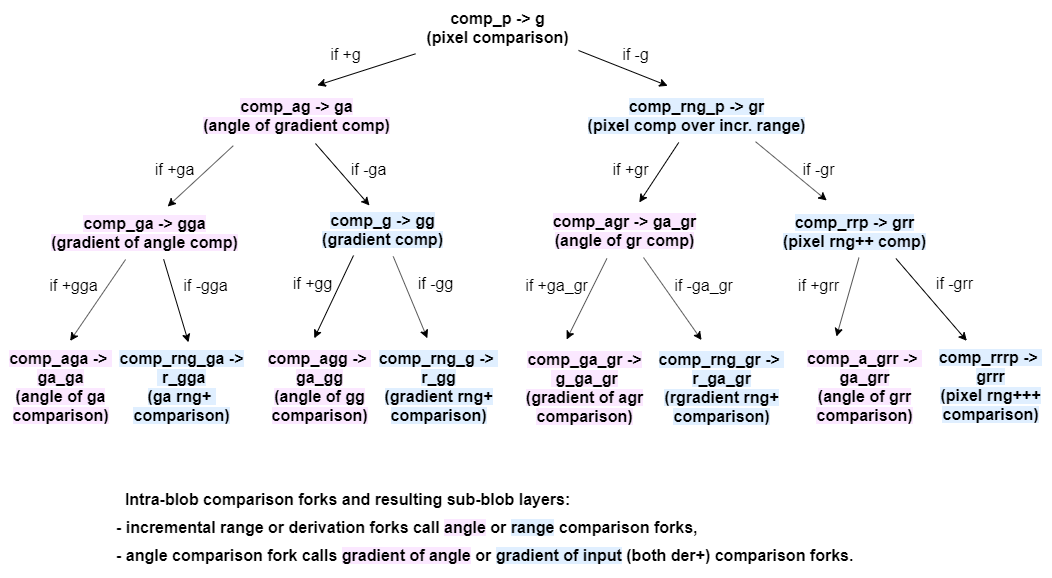
boris-kz/CogAlg keeps this draw.io diagram as frame_2D_alg/Illustrations/intra_blob_forking_scheme.png. Above is the earlier version. Source tidied: cells renumbered, new cells last; positions are measured from the earlier drawing's top-left corner, leaving out a move shared by most shapes.
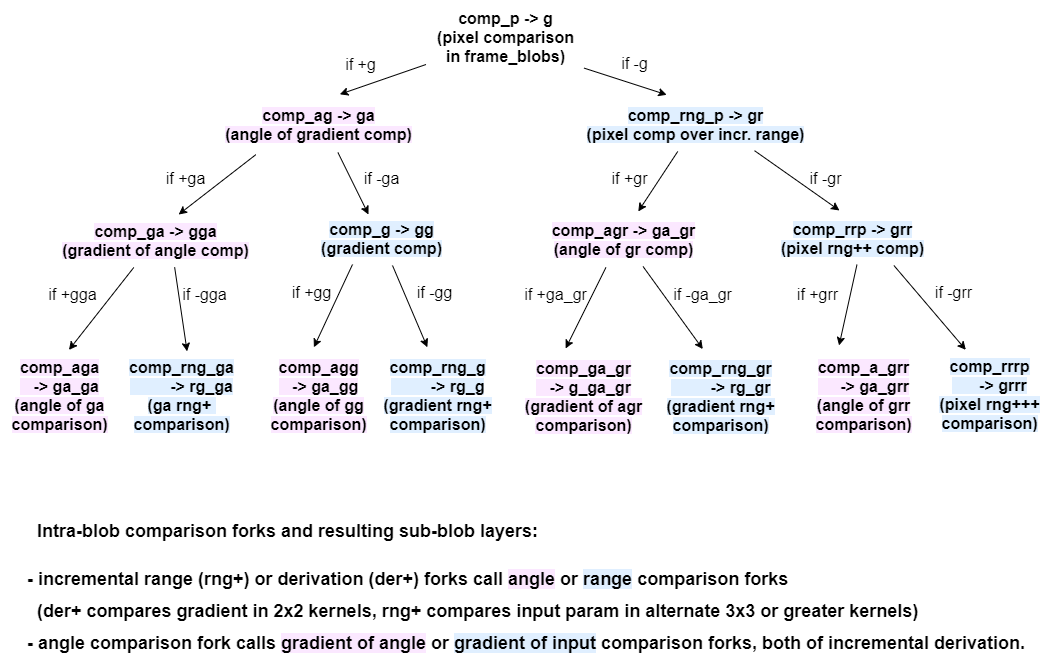
The same diagram one commit later.

Commit message:
minor fix in frame_blobs, edits in intra_blob_forking

The edit, as a diff of the source:
```diff
@@ -2,8 +2,8 @@
   <root>
     <mxCell id="0" />
     <mxCell id="1" parent="0" />
-    <mxCell id="2" value="&lt;font style=&quot;font-size: 16px;&quot;&gt;&lt;b style=&quot;font-size: 16px;&quot;&gt;comp_p -&amp;gt; g&lt;br style=&quot;font-size: 16px;&quot;&gt;(pixel comparison)&lt;br style=&quot;font-size: 16px;&quot;&gt;&lt;/b&gt;&lt;/font&gt;" style="text;html=1;align=center;verticalAlign=middle;points=[];strokeWidth=1;fontSize=16;fontColor=#000000;spacing=6;" parent="1" vertex="1">
-      <mxGeometry x="415" width="164" height="54" as="geometry" />
+    <mxCell id="2" value="&lt;font style=&quot;font-size: 16px&quot;&gt;&lt;b style=&quot;font-size: 16px&quot;&gt;comp_p -&amp;gt; g&lt;br style=&quot;font-size: 16px&quot;&gt;(pixel comparison&lt;br&gt;in frame_blobs)&lt;br style=&quot;font-size: 16px&quot;&gt;&lt;/b&gt;&lt;/font&gt;" style="text;html=1;align=center;verticalAlign=middle;points=[];strokeWidth=1;fontSize=16;fontColor=#000000;spacing=6;" parent="1" vertex="1">
+      <mxGeometry x="426.5" y="-9" width="159" height="73" as="geometry" />
     </mxCell>
     <mxCell id="3" style="endArrow=classic;html=1;entryX=0.602;entryY=-0.059;entryDx=0;entryDy=0;entryPerimeter=0;strokeWidth=1;fontSize=16;fontColor=#000000;spacing=6;" parent="1" edge="1" source="2" target="7">
       <mxGeometry relative="1" as="geometry" />
@@ -20,13 +20,13 @@
       <mxGeometry x="576" y="88" width="240" height="54" as="geometry" />
     </mxCell>
     <mxCell id="7" value="&lt;b style=&quot;font-size: 16px;&quot;&gt;&lt;font style=&quot;font-size: 16px;&quot;&gt;&lt;span style=&quot;background-color: rgb(251, 232, 255); font-size: 16px;&quot;&gt;comp_ag -&amp;gt; ga&lt;br style=&quot;font-size: 16px;&quot;&gt;(angle of gradient comp)&lt;/span&gt;&lt;br style=&quot;font-size: 16px;&quot;&gt;&lt;/font&gt;&lt;/b&gt;" style="text;html=1;align=center;verticalAlign=middle;points=[];strokeWidth=1;fontSize=16;fontColor=#000000;spacing=6;" parent="1" vertex="1">
-      <mxGeometry x="191" y="88" width="209" height="54" as="geometry" />
+      <mxGeometry x="214.5" y="88" width="209" height="54" as="geometry" />
     </mxCell>
     <mxCell id="8" style="endArrow=classic;html=1;strokeWidth=1;fontSize=16;fontColor=#000000;spacing=6;entryX=0.613;entryY=0.019;entryDx=0;entryDy=0;entryPerimeter=0;exitX=0.2;exitY=1.059;exitDx=0;exitDy=0;exitPerimeter=0;" parent="1" edge="1" source="7" target="9">
       <mxGeometry relative="1" as="geometry" />
     </mxCell>
     <mxCell id="9" value="&lt;b style=&quot;font-size: 16px;&quot;&gt;&lt;font style=&quot;font-size: 16px;&quot;&gt;&lt;span style=&quot;background-color: rgb(251, 232, 255); font-size: 16px;&quot;&gt;comp_ga -&amp;gt; gga&lt;br style=&quot;font-size: 16px;&quot;&gt;(gradient of angle comp)&lt;/span&gt;&lt;br style=&quot;font-size: 16px;&quot;&gt;&lt;/font&gt;&lt;/b&gt;" style="text;html=1;align=center;verticalAlign=middle;points=[];strokeWidth=1;fontSize=16;fontColor=#000000;spacing=6;" parent="1" vertex="1">
-      <mxGeometry x="39" y="205" width="209" height="54" as="geometry" />
+      <mxGeometry x="51" y="204" width="209" height="54" as="geometry" />
     </mxCell>
     <mxCell id="10" style="endArrow=classic;html=1;strokeWidth=1;fontSize=16;fontColor=#000000;spacing=6;exitX=0.593;exitY=1.019;exitDx=0;exitDy=0;exitPerimeter=0;" parent="1" edge="1" source="7">
       <mxGeometry relative="1" as="geometry">
@@ -42,23 +42,23 @@
     <mxCell id="13" value="&lt;b style=&quot;font-size: 16px&quot;&gt;&lt;font style=&quot;font-size: 16px&quot;&gt;&lt;span style=&quot;background-color: rgb(251 , 232 , 255) ; font-size: 16px&quot;&gt;comp_agr -&amp;gt; ga_gr&lt;br style=&quot;font-size: 16px&quot;&gt;(angle of gr comp)&lt;/span&gt;&lt;br style=&quot;font-size: 16px&quot;&gt;&lt;/font&gt;&lt;/b&gt;" style="text;html=1;align=center;verticalAlign=middle;points=[];strokeWidth=1;fontSize=16;fontColor=#000000;spacing=6;" parent="1" vertex="1">
       <mxGeometry x="541" y="203" width="166" height="54" as="geometry" />
     </mxCell>
-    <mxCell id="14" style="endArrow=classic;html=1;strokeWidth=1;fontSize=16;fontColor=#000000;spacing=6;entryX=0.335;entryY=-0.074;entryDx=0;entryDy=0;entryPerimeter=0;exitX=0.746;exitY=0.985;exitDx=0;exitDy=0;exitPerimeter=0;" parent="1" edge="1" source="6" target="15">
+    <mxCell id="14" style="endArrow=classic;html=1;strokeWidth=1;fontSize=16;fontColor=#000000;spacing=6;entryX=0.424;entryY=-0.019;entryDx=0;entryDy=0;entryPerimeter=0;exitX=0.746;exitY=0.985;exitDx=0;exitDy=0;exitPerimeter=0;" parent="1" edge="1" source="6" target="15">
       <mxGeometry relative="1" as="geometry" />
     </mxCell>
     <mxCell id="15" value="&lt;font style=&quot;font-size: 16px&quot;&gt;&lt;b style=&quot;font-size: 16px&quot;&gt;&lt;span style=&quot;background-color: rgb(224 , 239 , 255) ; font-size: 16px&quot;&gt;comp_rrp -&amp;gt; grr&lt;br style=&quot;font-size: 16px&quot;&gt;(pixel rng++ comp)&lt;/span&gt;&lt;br style=&quot;font-size: 16px&quot;&gt;&lt;/b&gt;&lt;/font&gt;" style="text;html=1;align=center;verticalAlign=middle;points=[];strokeWidth=1;fontSize=16;fontColor=#000000;spacing=6;" parent="1" vertex="1">
-      <mxGeometry x="771" y="204" width="165" height="54" as="geometry" />
+      <mxGeometry x="770" y="202" width="165" height="54" as="geometry" />
     </mxCell>
     <mxCell id="16" style="endArrow=classic;html=1;strokeWidth=1;fontSize=16;fontColor=#000000;spacing=6;entryX=0.58;entryY=0.007;entryDx=0;entryDy=0;entryPerimeter=0;" parent="1" edge="1" source="9" target="17">
       <mxGeometry relative="1" as="geometry" />
     </mxCell>
-    <mxCell id="17" value="&lt;b style=&quot;font-size: 16px&quot;&gt;&lt;font style=&quot;font-size: 16px&quot;&gt;&lt;span style=&quot;background-color: rgb(251 , 232 , 255) ; font-size: 16px&quot;&gt;comp_aga -&amp;gt; &lt;br style=&quot;font-size: 16px&quot;&gt;ga_ga&lt;br style=&quot;font-size: 16px&quot;&gt;(angle of ga&lt;br&gt;comparison)&lt;/span&gt;&lt;br style=&quot;font-size: 16px&quot;&gt;&lt;/font&gt;&lt;/b&gt;" style="text;html=1;align=center;verticalAlign=middle;points=[];fontSize=16;fontColor=#000000;spacing=6;spacingTop=0;" parent="1" vertex="1">
-      <mxGeometry y="339.8" width="120" height="92" as="geometry" />
+    <mxCell id="17" value="&lt;b style=&quot;font-size: 16px&quot;&gt;&lt;font style=&quot;font-size: 16px&quot;&gt;&lt;span style=&quot;background-color: rgb(251 , 232 , 255) ; font-size: 16px&quot;&gt;comp_aga&lt;br&gt;&amp;nbsp; &amp;nbsp;-&amp;gt; ga_ga&lt;br style=&quot;font-size: 16px&quot;&gt;(angle of ga&lt;br&gt;comparison)&lt;/span&gt;&lt;br style=&quot;font-size: 16px&quot;&gt;&lt;/font&gt;&lt;/b&gt;" style="text;html=1;align=center;verticalAlign=middle;points=[];fontSize=16;fontColor=#000000;spacing=6;spacingTop=0;" parent="1" vertex="1">
+      <mxGeometry x="1" y="339.8" width="118" height="92" as="geometry" />
     </mxCell>
     <mxCell id="18" style="endArrow=classic;html=1;strokeWidth=1;fontSize=16;fontColor=#000000;entryX=0.548;entryY=0.022;entryDx=0;entryDy=0;entryPerimeter=0;spacing=6;exitX=0.594;exitY=0.996;exitDx=0;exitDy=0;exitPerimeter=0;" parent="1" edge="1" source="9" target="19">
       <mxGeometry relative="1" as="geometry" />
     </mxCell>
-    <mxCell id="19" value="&lt;b style=&quot;font-size: 16px&quot;&gt;&lt;font style=&quot;font-size: 16px&quot;&gt;&lt;span style=&quot;background-color: rgb(224 , 239 , 255) ; font-size: 16px&quot;&gt;comp_rng_ga -&amp;gt;&lt;br style=&quot;font-size: 16px&quot;&gt;&amp;nbsp;r_gga&lt;br style=&quot;font-size: 16px&quot;&gt;(ga rng+ &lt;br&gt;comparison)&lt;/span&gt;&lt;br style=&quot;font-size: 16px&quot;&gt;&lt;/font&gt;&lt;/b&gt;" style="text;html=1;align=center;verticalAlign=middle;points=[];strokeWidth=1;fontSize=16;fontColor=#000000;spacing=6;spacingTop=0;" parent="1" vertex="1">
-      <mxGeometry x="108" y="339.8" width="146" height="92" as="geometry" />
+    <mxCell id="19" value="&lt;b style=&quot;font-size: 16px&quot;&gt;&lt;font style=&quot;font-size: 16px&quot;&gt;&lt;span style=&quot;background-color: rgb(224 , 239 , 255) ; font-size: 16px&quot;&gt;comp_rng_ga&lt;br&gt;&amp;nbsp; &amp;nbsp; &amp;nbsp; &amp;nbsp; &amp;nbsp;-&amp;gt;&amp;nbsp;rg_ga&lt;br style=&quot;font-size: 16px&quot;&gt;(ga rng+ &lt;br&gt;comparison)&lt;/span&gt;&lt;br style=&quot;font-size: 16px&quot;&gt;&lt;/font&gt;&lt;/b&gt;" style="text;html=1;align=center;verticalAlign=middle;points=[];strokeWidth=1;fontSize=16;fontColor=#000000;spacing=6;spacingTop=0;" parent="1" vertex="1">
+      <mxGeometry x="118" y="339.8" width="127" height="92" as="geometry" />
     </mxCell>
     <mxCell id="20" style="endArrow=classic;html=1;strokeWidth=1;fontSize=16;fontColor=#000000;spacing=6;entryX=0.461;entryY=-0.022;entryDx=0;entryDy=0;entryPerimeter=0;" parent="1" edge="1" target="26">
       <mxGeometry relative="1" as="geometry">
@@ -80,41 +80,41 @@
     <mxCell id="25" style="endArrow=classic;html=1;strokeWidth=1;fontSize=16;fontColor=#000000;spacing=6;entryX=0.293;entryY=-0.041;entryDx=0;entryDy=0;entryPerimeter=0;exitX=0.53;exitY=0.985;exitDx=0;exitDy=0;exitPerimeter=0;" parent="1" edge="1" source="15" target="30">
       <mxGeometry relative="1" as="geometry" />
     </mxCell>
-    <mxCell id="26" value="&lt;b style=&quot;font-size: 16px&quot;&gt;&lt;font style=&quot;font-size: 16px&quot;&gt;&lt;span style=&quot;background-color: rgb(251 , 232 , 255) ; font-size: 16px&quot;&gt;comp_agg -&amp;gt; &lt;br style=&quot;font-size: 16px&quot;&gt;ga_gg&lt;br style=&quot;font-size: 16px&quot;&gt;(angle of gg&lt;br&gt;comparison)&lt;/span&gt;&lt;br style=&quot;font-size: 16px&quot;&gt;&lt;/font&gt;&lt;/b&gt;" style="text;html=1;align=center;verticalAlign=middle;points=[];strokeWidth=1;fontSize=16;fontColor=#000000;spacing=6;spacingTop=0;" parent="1" vertex="1">
-      <mxGeometry x="258" y="339.8" width="121" height="92" as="geometry" />
+    <mxCell id="26" value="&lt;b style=&quot;font-size: 16px&quot;&gt;&lt;font style=&quot;font-size: 16px&quot;&gt;&lt;span style=&quot;background-color: rgb(251 , 232 , 255) ; font-size: 16px&quot;&gt;comp_agg&lt;br&gt;&amp;nbsp; &amp;nbsp;-&amp;gt; ga_gg&lt;br style=&quot;font-size: 16px&quot;&gt;(angle of gg&lt;br&gt;comparison)&lt;/span&gt;&lt;br style=&quot;font-size: 16px&quot;&gt;&lt;/font&gt;&lt;/b&gt;" style="text;html=1;align=center;verticalAlign=middle;points=[];strokeWidth=1;fontSize=16;fontColor=#000000;spacing=6;spacingTop=0;" parent="1" vertex="1">
+      <mxGeometry x="260" y="339.8" width="118" height="92" as="geometry" />
     </mxCell>
-    <mxCell id="27" value="&lt;b style=&quot;font-size: 16px&quot;&gt;&lt;font style=&quot;font-size: 16px&quot;&gt;&lt;span style=&quot;background-color: rgb(224 , 239 , 255) ; font-size: 16px&quot;&gt;comp_rng_g -&amp;gt; &lt;br style=&quot;font-size: 16px&quot;&gt;r_gg&lt;br style=&quot;font-size: 16px&quot;&gt;(gradient rng+&lt;br&gt;comparison)&lt;/span&gt;&lt;br style=&quot;font-size: 16px&quot;&gt;&lt;/font&gt;&lt;/b&gt;" style="text;html=1;align=center;verticalAlign=middle;points=[];strokeWidth=1;fontSize=16;fontColor=#000000;spacing=6;spacingTop=0;" parent="1" vertex="1">
-      <mxGeometry x="369" y="339.8" width="137" height="92" as="geometry" />
+    <mxCell id="27" value="&lt;b style=&quot;font-size: 16px&quot;&gt;&lt;font style=&quot;font-size: 16px&quot;&gt;&lt;span style=&quot;background-color: rgb(224 , 239 , 255) ; font-size: 16px&quot;&gt;comp_rng_g&lt;br&gt;&amp;nbsp; &amp;nbsp; &amp;nbsp; &amp;nbsp; &amp;nbsp;-&amp;gt; rg_g&lt;br style=&quot;font-size: 16px&quot;&gt;(gradient rng+&lt;br&gt;comparison)&lt;/span&gt;&lt;br style=&quot;font-size: 16px&quot;&gt;&lt;/font&gt;&lt;/b&gt;" style="text;html=1;align=center;verticalAlign=middle;points=[];strokeWidth=1;fontSize=16;fontColor=#000000;spacing=6;spacingTop=0;" parent="1" vertex="1">
+      <mxGeometry x="373" y="339.8" width="130" height="92" as="geometry" />
     </mxCell>
-    <mxCell id="28" value="&lt;b style=&quot;font-size: 16px&quot;&gt;&lt;font style=&quot;font-size: 16px&quot;&gt;&lt;span style=&quot;background-color: rgb(251 , 232 , 255) ; font-size: 16px&quot;&gt;comp_ga_gr -&amp;gt;&lt;br style=&quot;font-size: 16px&quot;&gt;&amp;nbsp;g_ga_gr&lt;br style=&quot;font-size: 16px&quot;&gt;(gradient of agr&lt;br&gt;comparison)&lt;/span&gt;&lt;br style=&quot;font-size: 16px&quot;&gt;&lt;/font&gt;&lt;/b&gt;" style="text;html=1;align=center;verticalAlign=middle;points=[];strokeWidth=1;fontSize=16;fontColor=#000000;spacing=6;spacingTop=0;" parent="1" vertex="1">
+    <mxCell id="28" value="&lt;b style=&quot;font-size: 16px&quot;&gt;&lt;font style=&quot;font-size: 16px&quot;&gt;&lt;span style=&quot;background-color: rgb(251 , 232 , 255) ; font-size: 16px&quot;&gt;comp_ga_gr&lt;br&gt;&amp;nbsp; &amp;nbsp;-&amp;gt;&amp;nbsp;g_ga_gr&lt;br style=&quot;font-size: 16px&quot;&gt;(gradient of agr&lt;br&gt;comparison)&lt;/span&gt;&lt;br style=&quot;font-size: 16px&quot;&gt;&lt;/font&gt;&lt;/b&gt;" style="text;html=1;align=center;verticalAlign=middle;points=[];strokeWidth=1;fontSize=16;fontColor=#000000;spacing=6;spacingTop=0;" parent="1" vertex="1">
       <mxGeometry x="514" y="341" width="139" height="92" as="geometry" />
     </mxCell>
-    <mxCell id="29" value="&lt;b style=&quot;font-size: 16px&quot;&gt;&lt;font style=&quot;font-size: 16px&quot;&gt;&lt;span style=&quot;background-color: rgb(224 , 239 , 255) ; font-size: 16px&quot;&gt;comp_rng_gr -&amp;gt; &lt;br style=&quot;font-size: 16px&quot;&gt;r_ga_gr&lt;br style=&quot;font-size: 16px&quot;&gt;(rgradient rng+&lt;br&gt;comparison)&lt;br style=&quot;font-size: 16px&quot;&gt;&lt;/span&gt;&lt;br style=&quot;font-size: 16px&quot;&gt;&lt;/font&gt;&lt;/b&gt;" style="text;html=1;align=center;verticalAlign=middle;points=[];strokeWidth=1;fontSize=16;fontColor=#000000;spacing=6;" parent="1" vertex="1">
-      <mxGeometry x="649" y="341" width="143" height="111" as="geometry" />
+    <mxCell id="29" value="&lt;b style=&quot;font-size: 16px&quot;&gt;&lt;font style=&quot;font-size: 16px&quot;&gt;&lt;span style=&quot;background-color: rgb(224 , 239 , 255) ; font-size: 16px&quot;&gt;comp_rng_gr&lt;br&gt;&amp;nbsp; &amp;nbsp; &amp;nbsp; &amp;nbsp; &amp;nbsp;-&amp;gt; rg_gr&lt;br style=&quot;font-size: 16px&quot;&gt;(gradient rng+&lt;br&gt;comparison)&lt;br style=&quot;font-size: 16px&quot;&gt;&lt;/span&gt;&lt;br style=&quot;font-size: 16px&quot;&gt;&lt;/font&gt;&lt;/b&gt;" style="text;html=1;align=center;verticalAlign=middle;points=[];strokeWidth=1;fontSize=16;fontColor=#000000;spacing=6;" parent="1" vertex="1">
+      <mxGeometry x="656" y="341" width="130" height="111" as="geometry" />
     </mxCell>
-    <mxCell id="30" value="&lt;b style=&quot;font-size: 16px&quot;&gt;&lt;font style=&quot;font-size: 16px&quot;&gt;&lt;span style=&quot;background-color: rgb(251 , 232 , 255) ; font-size: 16px&quot;&gt;comp_a_grr -&amp;gt; &lt;br style=&quot;font-size: 16px&quot;&gt;ga_grr&lt;br style=&quot;font-size: 16px&quot;&gt;(angle of grr&lt;br&gt;comparison)&lt;/span&gt;&lt;br style=&quot;font-size: 16px&quot;&gt;&lt;/font&gt;&lt;/b&gt;" style="text;html=1;align=center;verticalAlign=middle;points=[];strokeWidth=1;fontSize=16;fontColor=#000000;spacing=6;spacingTop=0;" parent="1" vertex="1">
-      <mxGeometry x="797" y="339.8" width="133" height="92" as="geometry" />
+    <mxCell id="30" value="&lt;b style=&quot;font-size: 16px&quot;&gt;&lt;font style=&quot;font-size: 16px&quot;&gt;&lt;span style=&quot;background-color: rgb(251 , 232 , 255) ; font-size: 16px&quot;&gt;comp_a_grr&lt;br&gt;&amp;nbsp; &amp;nbsp; &amp;nbsp;-&amp;gt; ga_grr&lt;br style=&quot;font-size: 16px&quot;&gt;(angle of grr&lt;br&gt;comparison)&lt;/span&gt;&lt;br style=&quot;font-size: 16px&quot;&gt;&lt;/font&gt;&lt;/b&gt;" style="text;html=1;align=center;verticalAlign=middle;points=[];strokeWidth=1;fontSize=16;fontColor=#000000;spacing=6;spacingTop=0;" parent="1" vertex="1">
+      <mxGeometry x="805" y="339.8" width="118" height="92" as="geometry" />
     </mxCell>
-    <mxCell id="31" value="&lt;b style=&quot;font-size: 16px&quot;&gt;&lt;font style=&quot;font-size: 16px&quot;&gt;&lt;span style=&quot;background-color: rgb(224 , 239 , 255) ; font-size: 16px&quot;&gt;comp_rrrp -&amp;gt; &lt;br style=&quot;font-size: 16px&quot;&gt;grrr&lt;br style=&quot;font-size: 16px&quot;&gt;(pixel rng+++&lt;br&gt;comparison)&lt;br style=&quot;font-size: 16px&quot;&gt;&lt;/span&gt;&lt;br style=&quot;font-size: 16px&quot;&gt;&lt;/font&gt;&lt;/b&gt;" style="text;html=1;align=center;verticalAlign=middle;points=[];strokeWidth=1;fontSize=16;fontColor=#000000;spacing=6;" parent="1" vertex="1">
+    <mxCell id="31" value="&lt;b style=&quot;font-size: 16px&quot;&gt;&lt;font style=&quot;font-size: 16px&quot;&gt;&lt;span style=&quot;background-color: rgb(224 , 239 , 255) ; font-size: 16px&quot;&gt;comp_rrrp&lt;br&gt;&amp;nbsp; &amp;nbsp; &amp;nbsp; -&amp;gt; grrr&lt;br style=&quot;font-size: 16px&quot;&gt;(pixel rng+++&lt;br&gt;comparison)&lt;br style=&quot;font-size: 16px&quot;&gt;&lt;/span&gt;&lt;br style=&quot;font-size: 16px&quot;&gt;&lt;/font&gt;&lt;/b&gt;" style="text;html=1;align=center;verticalAlign=middle;points=[];strokeWidth=1;fontSize=16;fontColor=#000000;spacing=6;" parent="1" vertex="1">
       <mxGeometry x="929" y="339.8" width="122" height="111" as="geometry" />
     </mxCell>
-    <mxCell id="32" value="&lt;b style=&quot;font-size: 16px&quot;&gt;&lt;font style=&quot;font-size: 16px ; line-height: 180%&quot;&gt;&amp;nbsp; Intra-blob comparison forks and resulting sub-blob layers: &lt;br&gt;- incremental range or derivation forks call&amp;nbsp;&lt;span style=&quot;background-color: rgb(251 , 232 , 255) ; font-size: 16px&quot;&gt;angle&lt;/span&gt;&amp;nbsp;or&amp;nbsp;&lt;span style=&quot;background-color: rgb(224 , 239 , 255) ; font-size: 16px&quot;&gt;range&lt;/span&gt;&lt;span style=&quot;background-color: rgb(255 , 255 , 255)&quot;&gt;&lt;span style=&quot;font-size: 16px&quot;&gt;&amp;nbsp;comparison forks,&lt;br&gt;&lt;/span&gt;&lt;/span&gt;- angle comparison fork calls&amp;nbsp;&lt;span style=&quot;background-color: rgb(251 , 232 , 255) ; font-size: 16px&quot;&gt;gradient of angle&lt;/span&gt;&amp;nbsp;or&amp;nbsp;&lt;span style=&quot;background-color: rgb(224 , 239 , 255) ; font-size: 16px&quot;&gt;gradient of input&lt;/span&gt;&amp;nbsp;(both der+) comparison forks.&lt;/font&gt;&lt;/b&gt;" style="text;html=1;align=left;verticalAlign=middle;fontSize=16;fontColor=#000000;spacing=6;" parent="1" vertex="1">
-      <mxGeometry x="110" y="477" width="759" height="100" as="geometry" />
+    <mxCell id="32" value="&lt;p&gt;&lt;b style=&quot;font-size: 18px&quot;&gt;&lt;font style=&quot;font-size: 18px ; line-height: 180%&quot;&gt;&amp;nbsp; Intra-blob comparison forks and resulting sub-blob layers: &lt;/font&gt;&lt;/b&gt;&lt;/p&gt;&lt;b style=&quot;font-size: 18px&quot;&gt;&lt;font style=&quot;font-size: 18px ; line-height: 180%&quot;&gt;- incremental range (rng+) or derivation (der+) forks call&amp;nbsp;&lt;span style=&quot;background-color: rgb(251 , 232 , 255)&quot;&gt;angle&lt;/span&gt;&amp;nbsp;or&amp;nbsp;&lt;span style=&quot;background-color: rgb(224 , 239 , 255)&quot;&gt;range&lt;/span&gt;&lt;span style=&quot;background-color: rgb(255 , 255 , 255)&quot;&gt;&lt;span&gt;&amp;nbsp;comparison forks&lt;br&gt;&amp;nbsp; (der+ compares gradient in 2x2 kernels, rng+ compares input param in alternate 3x3 or greater kernels)&amp;nbsp;&lt;br&gt;&lt;/span&gt;&lt;/span&gt;- angle comparison fork calls&amp;nbsp;&lt;span style=&quot;background-color: rgb(251 , 232 , 255)&quot;&gt;gradient of angle&lt;/span&gt;&amp;nbsp;or&amp;nbsp;&lt;span style=&quot;background-color: rgb(224 , 239 , 255)&quot;&gt;gradient of input&lt;/span&gt;&amp;nbsp;comparison forks, both of incremental derivation.&lt;/font&gt;&lt;/b&gt;" style="text;html=1;align=left;verticalAlign=middle;fontSize=16;fontColor=#000000;spacing=6;" parent="1" vertex="1">
+      <mxGeometry x="22" y="481" width="1020" height="176" as="geometry" />
     </mxCell>
     <mxCell id="33" value="if -g" style="text;html=1;align=center;verticalAlign=middle;fontSize=16;" parent="1" vertex="1">
       <mxGeometry x="616" y="42" width="37" height="23" as="geometry" />
     </mxCell>
     <mxCell id="34" value="if +ga" style="text;html=1;align=center;verticalAlign=middle;fontSize=16;" parent="1" vertex="1">
-      <mxGeometry x="149" y="157" width="50" height="23" as="geometry" />
+      <mxGeometry x="161" y="157" width="50" height="23" as="geometry" />
     </mxCell>
     <mxCell id="35" value="if -ga" style="text;html=1;align=center;verticalAlign=middle;fontSize=16;" parent="1" vertex="1">
-      <mxGeometry x="345" y="157" width="46" height="23" as="geometry" />
+      <mxGeometry x="358.5" y="157" width="46" height="23" as="geometry" />
     </mxCell>
     <mxCell id="36" value="if +gr" style="text;html=1;align=center;verticalAlign=middle;fontSize=16;" parent="1" vertex="1">
       <mxGeometry x="607" y="157" width="46" height="23" as="geometry" />
     </mxCell>
     <mxCell id="37" value="if -gr" style="text;html=1;align=center;verticalAlign=middle;fontSize=16;" parent="1" vertex="1">
-      <mxGeometry x="797" y="157" width="42" height="23" as="geometry" />
+      <mxGeometry x="805" y="157" width="42" height="23" as="geometry" />
     </mxCell>
     <mxCell id="38" value="if +gga" style="text;html=1;align=center;verticalAlign=middle;fontSize=16;" parent="1" vertex="1">
       <mxGeometry x="44" y="273" width="58" height="23" as="geometry" />
```
